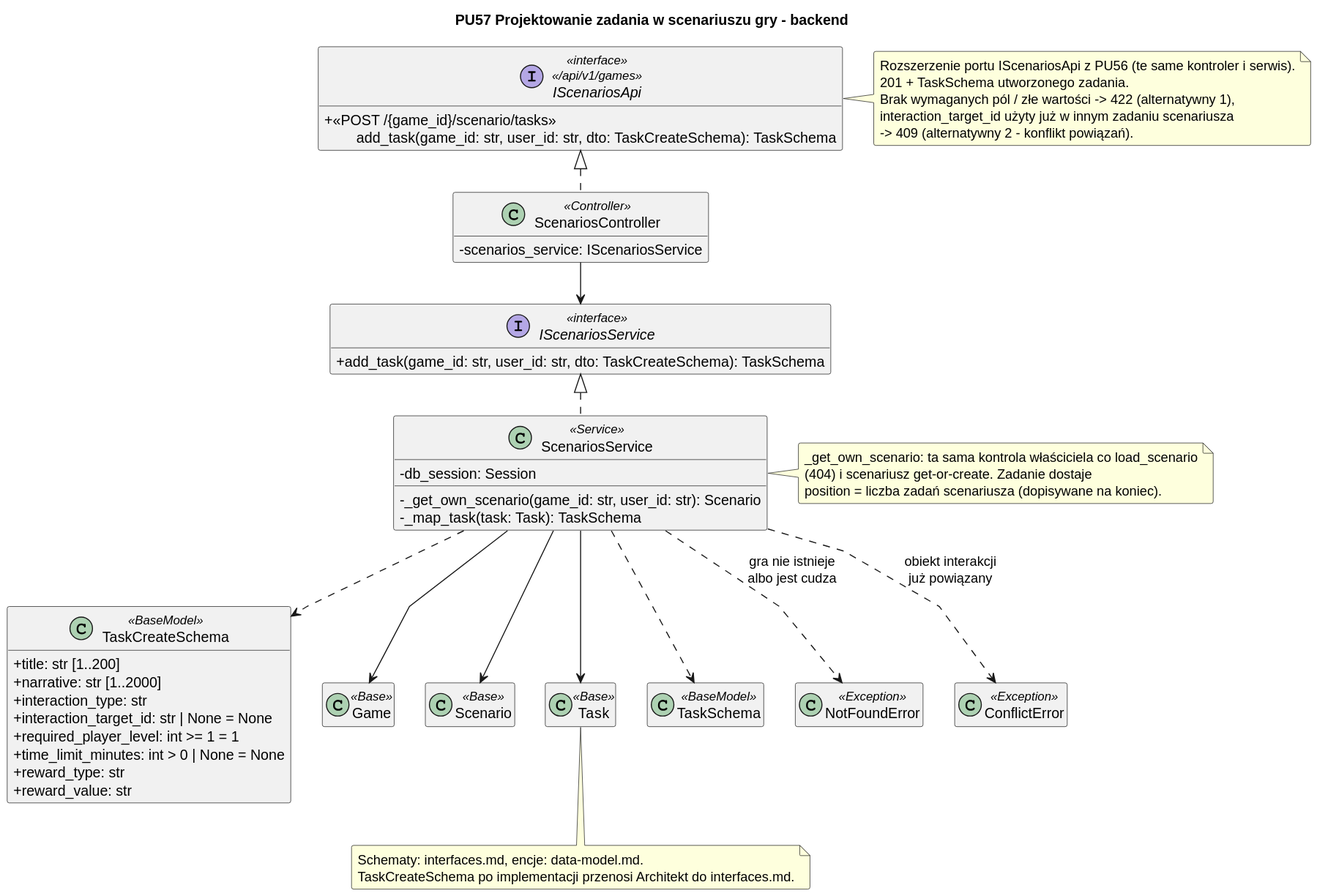
Igor-Ochocki/POP-2026Z keeps this PlantUML diagram as diagrams/backend/rendered/new-task.svg. Above is the earlier version. Its diagram source:
```plantuml
@startuml
skinparam classAttributeIconSize 0
skinparam packageStyle rectangle
skinparam shadowing false
skinparam roundcorner 4
skinparam linetype polyline
skinparam nodesep 30
skinparam ranksep 40
hide empty members

title PU57 Projektowanie zadania w scenariuszu gry - backend

interface IScenariosApi <<interface>>\n<< /api/v1/games >> {
    + <<POST /{game_id}/scenario/tasks >>\n\tadd_task(game_id: str, user_id: str, dto: TaskCreateSchema): TaskSchema
}

class ScenariosController <<Controller>> {
    - scenarios_service: IScenariosService
}

interface IScenariosService <<interface>> {
    + add_task(game_id: str, user_id: str, dto: TaskCreateSchema): TaskSchema
}

class ScenariosService <<Service>> {
    - db_session: Session
    - _get_own_scenario(game_id: str, user_id: str): Scenario
    - _map_task(task: Task): TaskSchema
}

class TaskCreateSchema <<BaseModel>> {
    + title: str [1..200]
    + narrative: str [1..2000]
    + interaction_type: str
    + interaction_target_id: str | None = None
    + required_player_level: int >= 1 = 1
    + time_limit_minutes: int > 0 | None = None
    + reward_type: str
    + reward_value: str
}

class Game <<Base>>
class Scenario <<Base>>
class Task <<Base>>
class TaskSchema <<BaseModel>>
class NotFoundError <<Exception>>
class ConflictError <<Exception>>

ScenariosController .u.|> IScenariosApi
ScenariosController --> IScenariosService
ScenariosService .u.|> IScenariosService
ScenariosService --> Game
ScenariosService --> Scenario
ScenariosService --> Task
ScenariosService ..> TaskCreateSchema
ScenariosService ..> TaskSchema
ScenariosService ..> NotFoundError : gra nie istnieje\nalbo jest cudza
ScenariosService ..> ConflictError : obiekt interakcji\njuż powiązany

note right of IScenariosApi
    Rozszerzenie portu IScenariosApi z PU56 (te same kontroler i serwis).
    201 + TaskSchema utworzonego zadania.
    Brak wymaganych pól / złe wartości -> 422 (alternatywny 1),
    interaction_target_id użyty już w innym zadaniu scenariusza
    -> 409 (alternatywny 2 - konflikt powiązań).
end note

note right of ScenariosService
    _get_own_scenario: ta sama kontrola właściciela co load_scenario
    (404) i scenariusz get-or-create. Zadanie dostaje
    position = liczba zadań scenariusza (dopisywane na koniec).
end note

note bottom of Task
    Schematy: interfaces.md, encje: data-model.md.
    TaskCreateSchema po implementacji przenosi Architekt do interfaces.md.
end note
@enduml
```
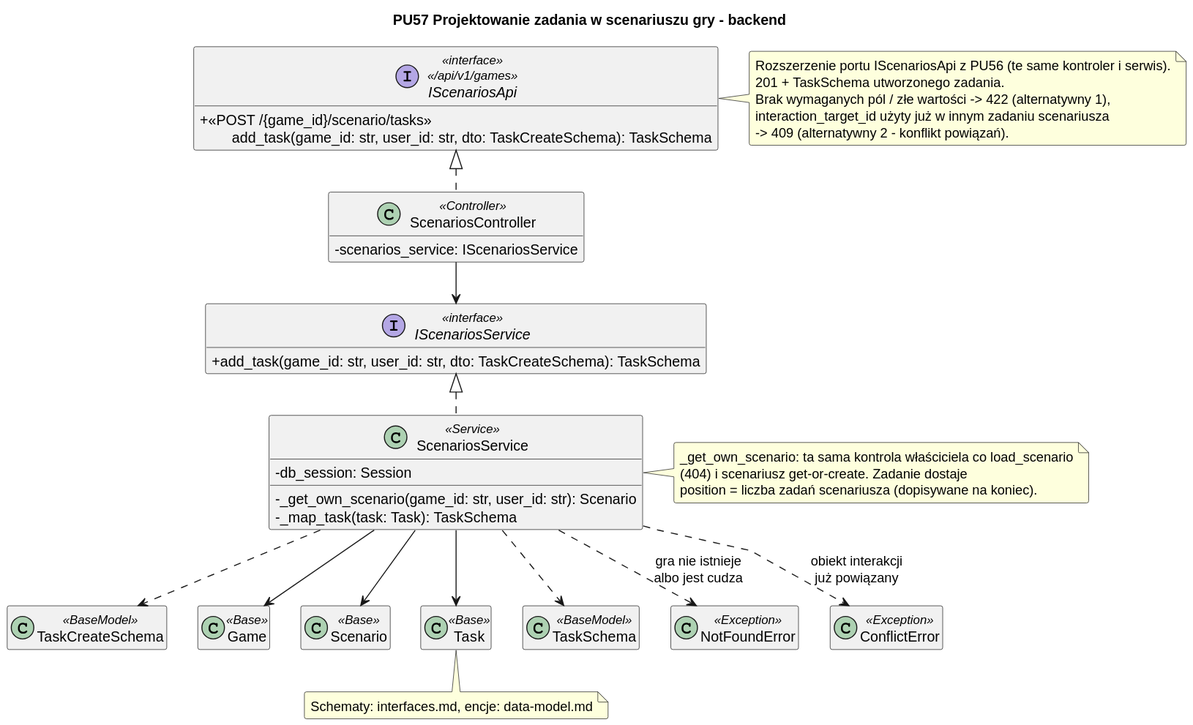
The same diagram one commit later.

Change to the diagram source:
```diff
@@ -28,16 +28,7 @@
     - _map_task(task: Task): TaskSchema
 }
 
-class TaskCreateSchema <<BaseModel>> {
-    + title: str [1..200]
-    + narrative: str [1..2000]
-    + interaction_type: str
-    + interaction_target_id: str | None = None
-    + required_player_level: int >= 1 = 1
-    + time_limit_minutes: int > 0 | None = None
-    + reward_type: str
-    + reward_value: str
-}
+class TaskCreateSchema <<BaseModel>>
 
 class Game <<Base>>
 class Scenario <<Base>>
@@ -72,7 +63,6 @@
 end note
 
 note bottom of Task
-    Schematy: interfaces.md, encje: data-model.md.
-    TaskCreateSchema po implementacji przenosi Architekt do interfaces.md.
+    Schematy: interfaces.md, encje: data-model.md
 end note
 @enduml
```
